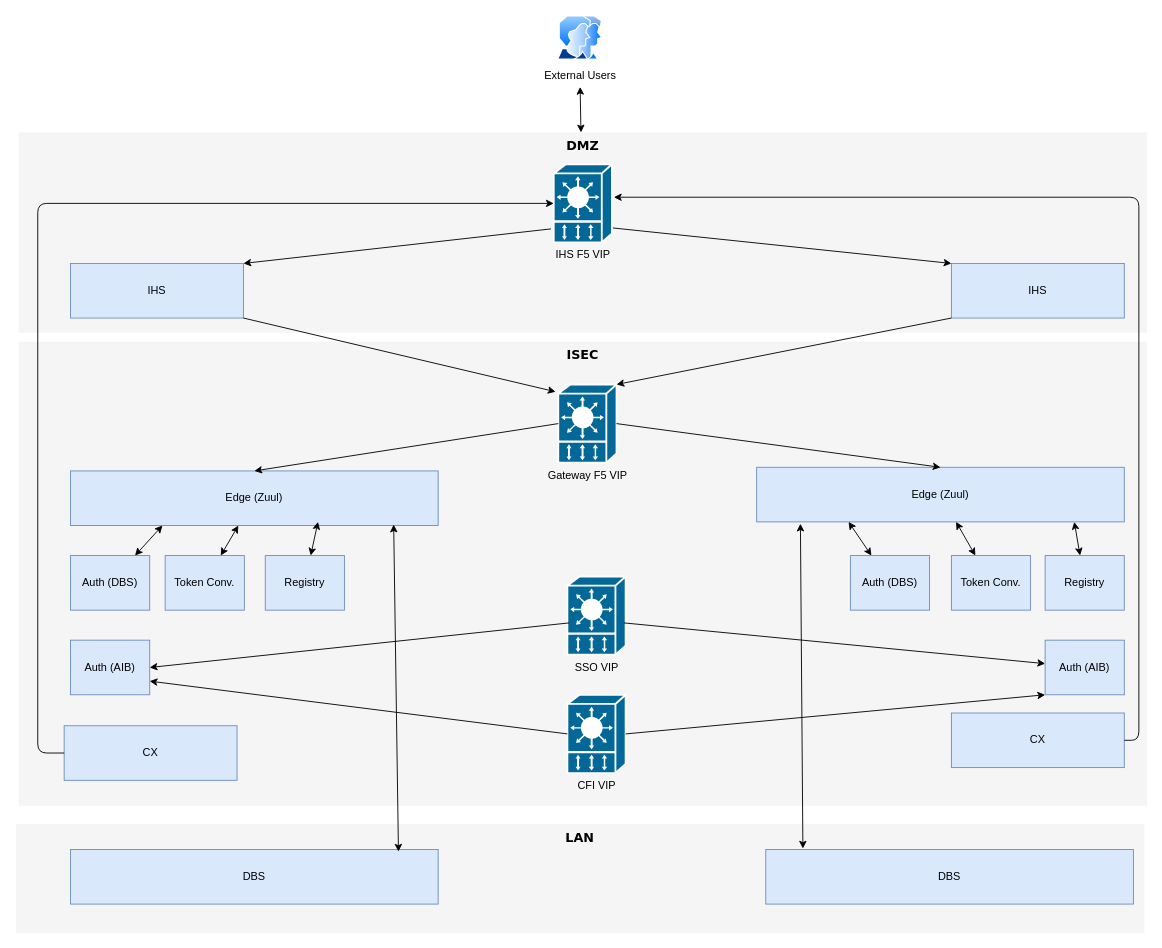
This is src/main/resources/topology.drawio from hughrossdublin/cardsproxy, a draw.io file, before an edit. Source tidied: cells renumbered, new cells numbered last; positions are measured from the earlier drawing's top-left corner, leaving out a move shared by most shapes. Both pictures are drawn from the tidied source at 91%, with x=0, y=0 at pixel (15, 15).
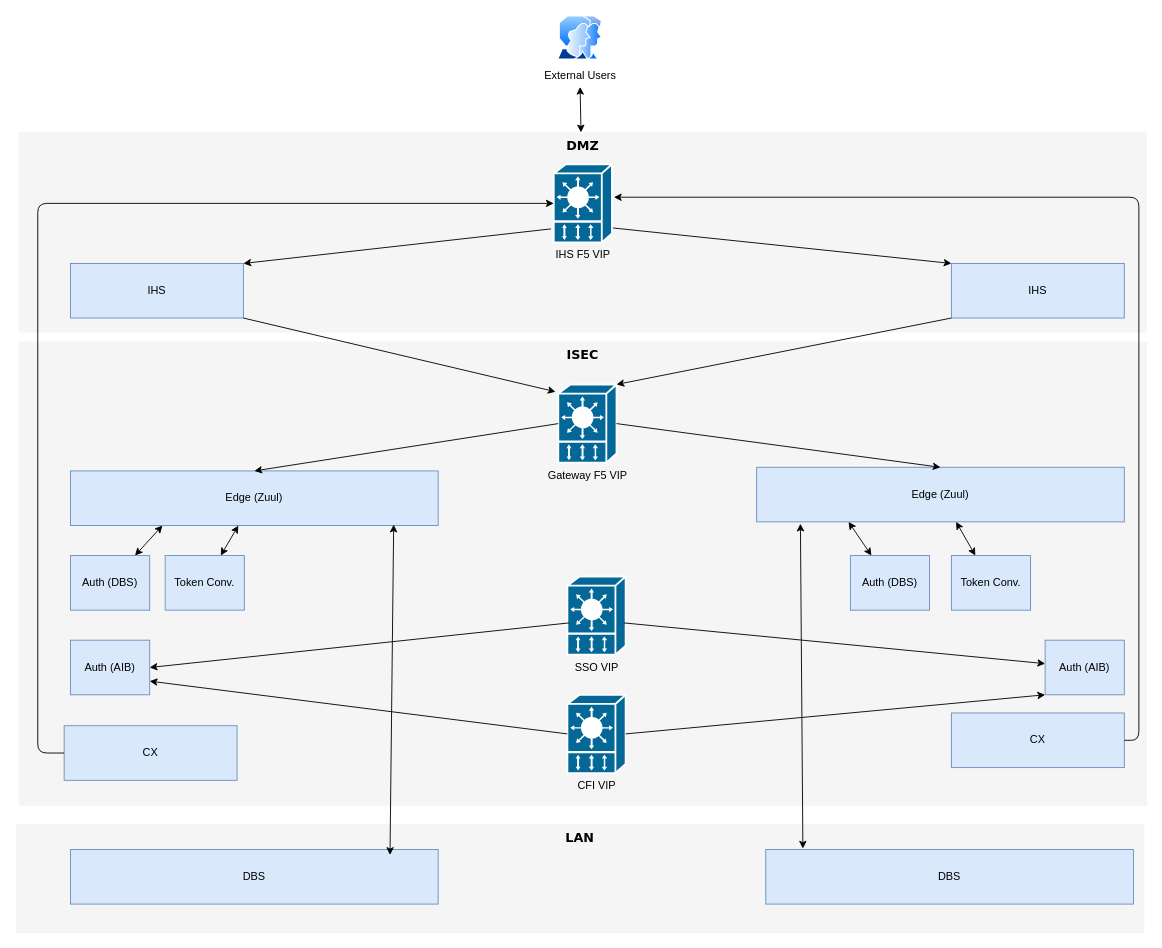
Above is the later version.

The change refers to these unchanged cells:
```xml
<mxCell id="9" value="Edge (Zuul)" style="rounded=0;whiteSpace=wrap;html=1;strokeColor=#6c8ebf;fillColor=#dae8fc;" parent="1" vertex="1">
  <mxGeometry x="60" y="500" width="404" height="60" as="geometry" />
</mxCell>
<mxCell id="10" value="Edge (Zuul)" style="rounded=0;whiteSpace=wrap;html=1;strokeColor=#6c8ebf;fillColor=#dae8fc;" parent="1" vertex="1">
  <mxGeometry x="814" y="496" width="404" height="60" as="geometry" />
</mxCell>
<mxCell id="41" value="DBS" style="rounded=0;whiteSpace=wrap;html=1;fillColor=#dae8fc;strokeColor=#6c8ebf;" parent="1" vertex="1">
  <mxGeometry x="60" y="916" width="404" height="60" as="geometry" />
</mxCell>
```

Change to the diagram source:
```diff
@@
-    <mxCell id="26" value="Registry" style="rounded=0;whiteSpace=wrap;html=1;fillColor=#dae8fc;strokeColor=#6c8ebf;" parent="1" vertex="1">
-      <mxGeometry x="274" y="593" width="87" height="60" as="geometry" />
-    </mxCell>
-    <mxCell id="27" value="Registry" style="rounded=0;whiteSpace=wrap;html=1;strokeColor=#6c8ebf;fillColor=#dae8fc;" parent="1" vertex="1">
-      <mxGeometry x="1131" y="593" width="87" height="60" as="geometry" />
-    </mxCell>
@@
-    <mxCell id="29" style="endArrow=classic;startArrow=classic;html=1;entryX=0.673;entryY=0.933;entryDx=0;entryDy=0;entryPerimeter=0;" parent="1" edge="1" source="26" target="9">
-      <mxGeometry relative="1" as="geometry" />
-    </mxCell>
@@
-    <mxCell id="32" style="endArrow=classic;startArrow=classic;html=1;entryX=0.864;entryY=1;entryDx=0;entryDy=0;entryPerimeter=0;" parent="1" edge="1" source="27" target="10">
-      <mxGeometry relative="1" as="geometry" />
-    </mxCell>
@@
-    <mxCell id="44" style="endArrow=classic;startArrow=classic;html=1;entryX=0.879;entryY=0.983;entryDx=0;entryDy=0;entryPerimeter=0;exitX=0.892;exitY=0.039;exitDx=0;exitDy=0;exitPerimeter=0;" parent="1" edge="1" source="41" target="9">
+    <mxCell id="44" style="endArrow=classic;startArrow=classic;html=1;entryX=0.879;entryY=0.983;entryDx=0;entryDy=0;entryPerimeter=0;exitX=0.869;exitY=0.1;exitDx=0;exitDy=0;exitPerimeter=0;" parent="1" edge="1" source="41" target="9">
       <mxGeometry relative="1" as="geometry" />
     </mxCell>
```
